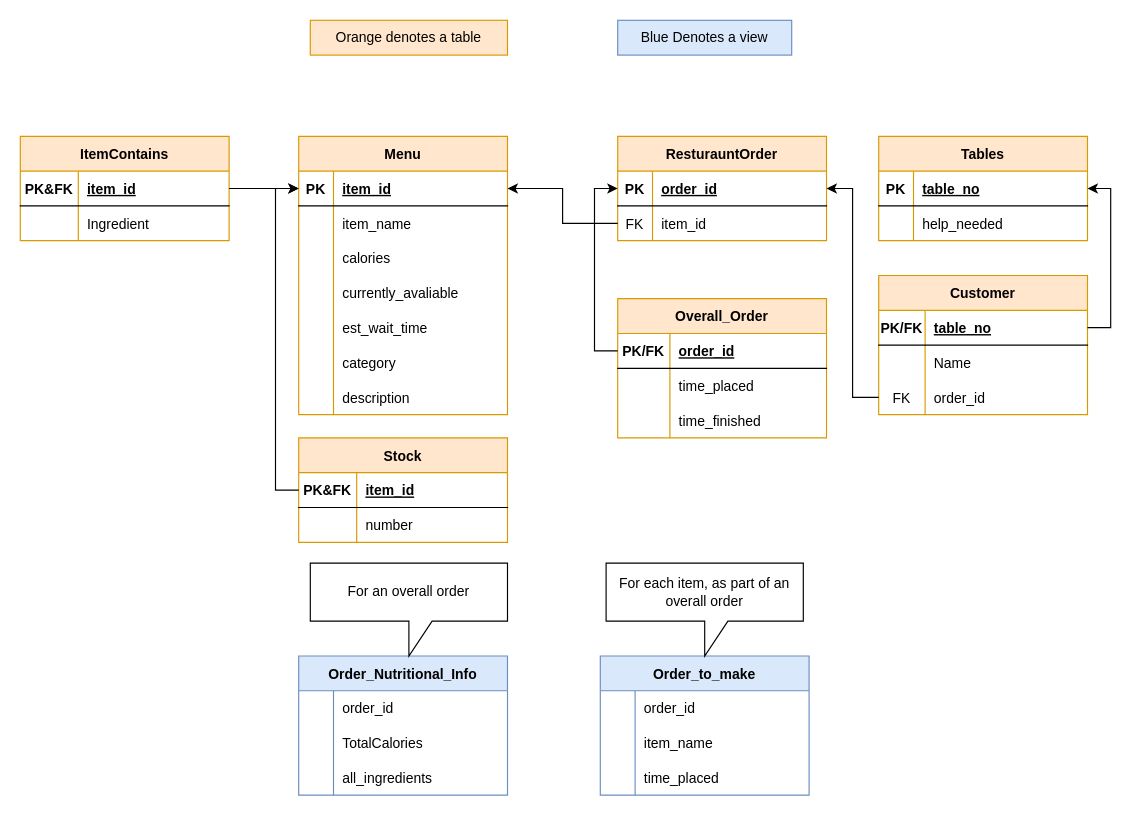
Above: SQLDatabase/Diagrams/DrawIOSchema.drawio in mattyblackout/cs2815-project (draw.io), before the change. Source tidied: cells renumbered, new cells numbered last; positions are measured from the earlier drawing's top-left corner, leaving out a move shared by most shapes. Both pictures are drawn from the tidied source at 116%, with x=0, y=0 at pixel (20, 20).
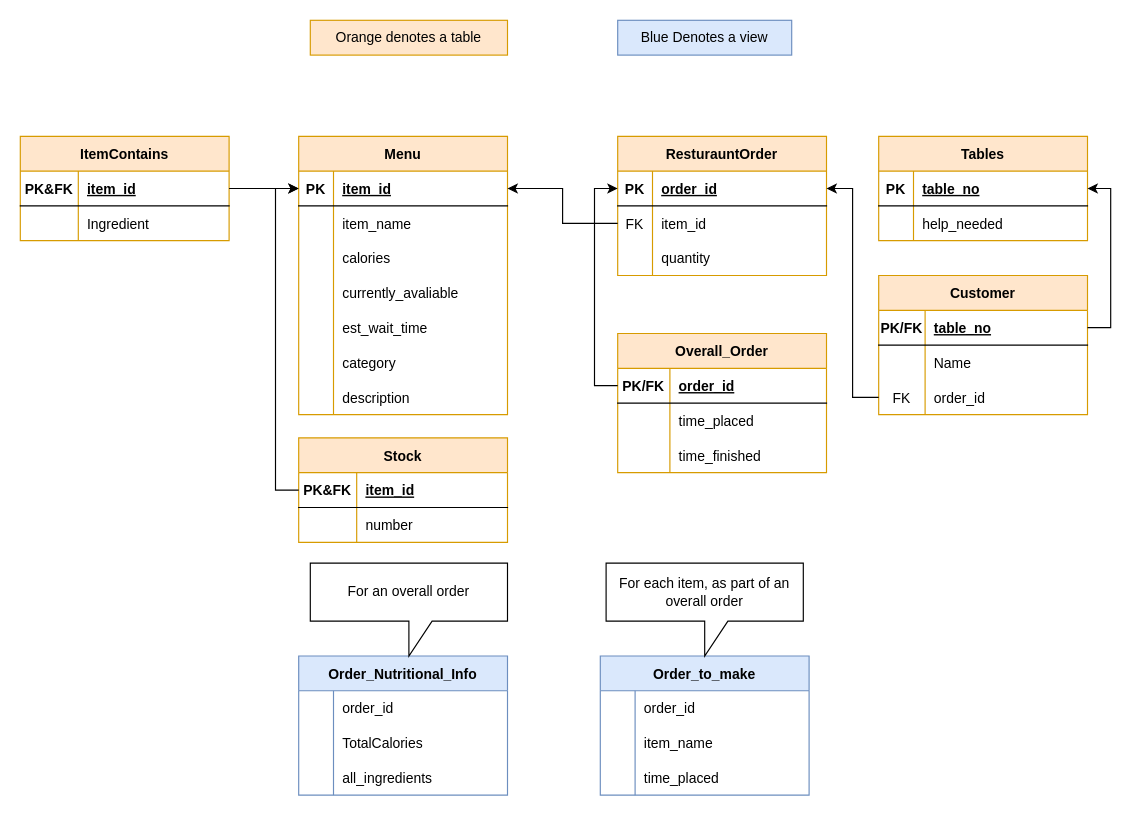
Above is the later version.

Commit message (it also covers changes not shown here):
Added quanity attribute to ResturauntOrder to specify item quantity

What changed in the source:
```diff
@@
     <mxCell id="31" value="ResturauntOrder" style="shape=table;startSize=30;childLayout=tableLayout;rowLines=0;fontStyle=1;align=center;fillColor=#ffe6cc;strokeColor=#d79b00;" parent="1" vertex="1">
-      <mxGeometry x="515" y="100" width="180" height="90" as="geometry" />
+      <mxGeometry x="515" y="100" width="180" height="120" as="geometry" />
     </mxCell>
@@
+    <mxCell id="102" style="shape=tableRow;horizontal=0;startSize=0;swimlaneHead=0;swimlaneBody=0;fillColor=none;top=0;left=0;right=0;bottom=0;" parent="31" vertex="1">
+      <mxGeometry y="90" width="180" height="30" as="geometry" />
+    </mxCell>
+    <mxCell id="103" style="shape=partialRectangle;fillColor=none;top=0;left=0;bottom=0;right=0;overflow=hidden;" parent="102" vertex="1">
+      <mxGeometry width="30" height="30" as="geometry" />
+    </mxCell>
+    <mxCell id="104" value="quantity" style="shape=partialRectangle;fillColor=none;top=0;left=0;bottom=0;right=0;align=left;spacingLeft=6;overflow=hidden;" parent="102" vertex="1">
+      <mxGeometry x="30" width="150" height="30" as="geometry" />
+    </mxCell>
     <mxCell id="38" value="Overall_Order" style="shape=table;startSize=30;childLayout=tableLayout;rowLines=0;fontStyle=1;align=center;fillColor=#ffe6cc;strokeColor=#d79b00;" parent="1" vertex="1">
-      <mxGeometry x="515" y="240" width="180" height="120" as="geometry" />
+      <mxGeometry x="515" y="270" width="180" height="120" as="geometry" />
     </mxCell>
```
